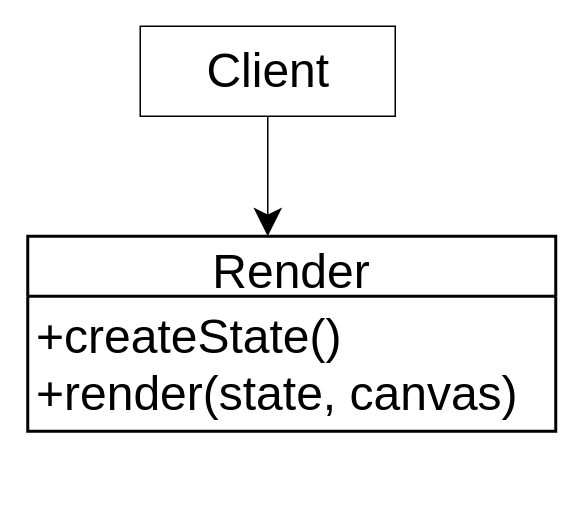
The draw.io diagram packages/管道模式/story_before/UML.drawio in yyc-git/3DProgramPattern, before the edit. Source tidied: cells renumbered, new cells numbered last; positions are measured from the earlier drawing's top-left corner, leaving out a move shared by most shapes. Both pictures are drawn from the tidied source at 150%, with x=0, y=0 at pixel (27, 26).
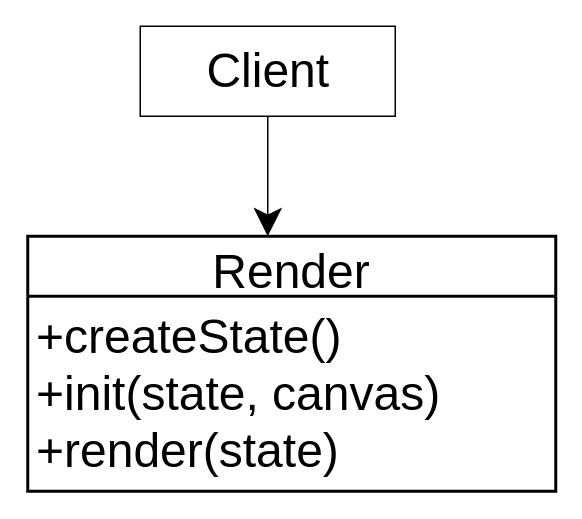
After the change.

Change to the diagram source:
```diff
@@
 <mxGraphModel>
   <root>
     <mxCell id="0" />
     <mxCell id="1" parent="0" />
     <mxCell id="2" style="edgeStyle=orthogonalEdgeStyle;rounded=0;jettySize=auto;html=1;endSize=16;startSize=16;" parent="1" edge="1" source="3">
       <mxGeometry relative="1" as="geometry">
         <mxPoint x="160" y="140" as="targetPoint" />
       </mxGeometry>
     </mxCell>
     <mxCell id="3" value="Client" style="html=1;fontSize=32;" parent="1" vertex="1">
       <mxGeometry x="75" width="170" height="60" as="geometry" />
     </mxCell>
     <mxCell id="4" value="Render" style="swimlane;horizontal=1;startSize=40;rounded=0;fontSize=32;fontStyle=0;strokeWidth=2;shadow=0;dashed=0;align=center;" parent="1" vertex="1">
-      <mxGeometry y="140" width="352" height="130" as="geometry" />
+      <mxGeometry y="140" width="352" height="170" as="geometry" />
     </mxCell>
-    <mxCell id="5" value="+createState()&#10;+render(state, canvas)" style="align=left;strokeColor=none;fillColor=none;spacingLeft=4;fontSize=32;verticalAlign=top;" parent="4" vertex="1">
-      <mxGeometry y="40" width="352" height="90" as="geometry" />
+    <mxCell id="5" value="+createState()&#10;+init(state, canvas)&#10;+render(state)" style="align=left;strokeColor=none;fillColor=none;spacingLeft=4;fontSize=32;verticalAlign=top;" parent="4" vertex="1">
+      <mxGeometry y="40" width="352" height="130" as="geometry" />
     </mxCell>
   </root>
 </mxGraphModel>
```
